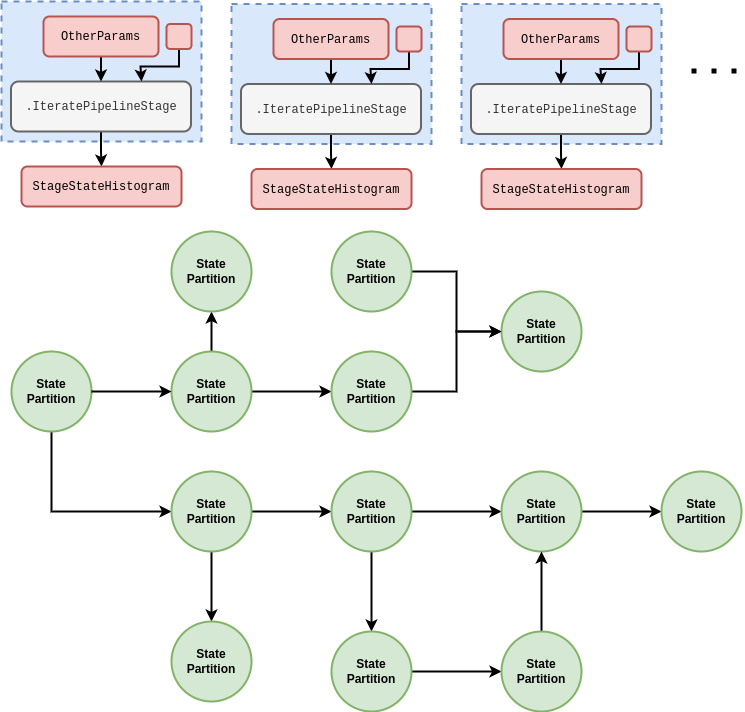
This is assets/dexetera/dexetera-pipeline-state-partition-graph.drawio.png from umbralcalc/umbralcalc.github.io, a draw.io export, as it was before one commit. Source tidied: cells renumbered, new cells last; positions are measured from the earlier drawing's top-left corner, leaving out a move shared by most shapes.
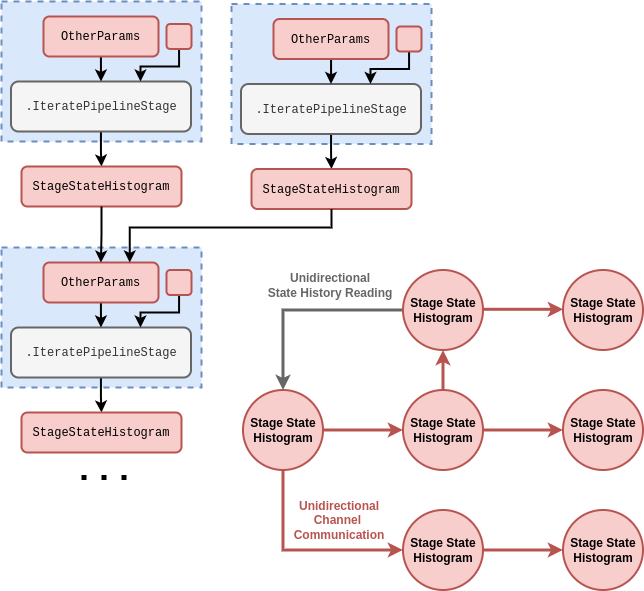
After the commit.

Commit message:
Updated the graph computations

What changed in the source:
```diff
@@ -2,88 +2,46 @@
   <root>
     <mxCell id="0" />
     <mxCell id="1" parent="0" />
-    <mxCell id="2" style="edgeStyle=orthogonalEdgeStyle;rounded=0;jettySize=auto;html=1;entryX=0;entryY=0.5;entryDx=0;entryDy=0;strokeWidth=2;" parent="1" edge="1" source="3" target="6">
+    <mxCell id="2" style="edgeStyle=orthogonalEdgeStyle;rounded=0;jettySize=auto;html=1;entryX=0;entryY=0.5;entryDx=0;entryDy=0;strokeWidth=3;fillColor=#f8cecc;strokeColor=#b85450;" parent="1" edge="1" source="3" target="6">
       <mxGeometry relative="1" as="geometry">
         <Array as="points">
-          <mxPoint x="50" y="510" />
+          <mxPoint x="281.5" y="548.5" />
         </Array>
       </mxGeometry>
     </mxCell>
-    <mxCell id="3" value="&lt;b style=&quot;&quot;&gt;&lt;font face=&quot;Helvetica&quot;&gt;State&lt;br&gt;Partition&lt;/font&gt;&lt;/b&gt;" style="ellipse;whiteSpace=wrap;html=1;fillColor=#d5e8d4;strokeColor=#82b366;strokeWidth=2;" parent="1" vertex="1">
-      <mxGeometry x="10" y="350" width="80" height="80" as="geometry" />
+    <mxCell id="3" value="&lt;b&gt;Stage State Histogram&lt;/b&gt;" style="ellipse;whiteSpace=wrap;html=1;fillColor=#f8cecc;strokeColor=#b85450;strokeWidth=2;" parent="1" vertex="1">
+      <mxGeometry x="241.5" y="388.5" width="80" height="80" as="geometry" />
     </mxCell>
-    <mxCell id="4" style="edgeStyle=orthogonalEdgeStyle;rounded=0;jettySize=auto;html=1;strokeWidth=2;" parent="1" edge="1" source="6" target="9">
+    <mxCell id="4" style="edgeStyle=orthogonalEdgeStyle;rounded=0;jettySize=auto;html=1;strokeWidth=3;fillColor=#f8cecc;strokeColor=#b85450;" parent="1" edge="1" source="6" target="9">
       <mxGeometry relative="1" as="geometry" />
     </mxCell>
-    <mxCell id="5" style="edgeStyle=orthogonalEdgeStyle;rounded=0;jettySize=auto;html=1;entryX=0.5;entryY=0;entryDx=0;entryDy=0;strokeWidth=2;" parent="1" edge="1" source="6" target="22">
-      <mxGeometry relative="1" as="geometry" />
-    </mxCell>
-    <mxCell id="6" value="&lt;b style=&quot;&quot;&gt;&lt;font face=&quot;Helvetica&quot;&gt;State&lt;br&gt;Partition&lt;/font&gt;&lt;/b&gt;" style="ellipse;whiteSpace=wrap;html=1;fillColor=#d5e8d4;strokeColor=#82b366;strokeWidth=2;" parent="1" vertex="1">
-      <mxGeometry x="170" y="470" width="80" height="80" as="geometry" />
+    <mxCell id="6" value="&lt;b&gt;Stage State Histogram&lt;/b&gt;" style="ellipse;whiteSpace=wrap;html=1;fillColor=#f8cecc;strokeColor=#b85450;strokeWidth=2;" parent="1" vertex="1">
+      <mxGeometry x="401.5" y="508.5" width="80" height="80" as="geometry" />
     </mxCell>
-    <mxCell id="7" style="edgeStyle=orthogonalEdgeStyle;rounded=0;jettySize=auto;html=1;entryX=0;entryY=0.5;entryDx=0;entryDy=0;strokeWidth=2;" parent="1" edge="1" source="9" target="15">
-      <mxGeometry relative="1" as="geometry" />
-    </mxCell>
-    <mxCell id="8" style="edgeStyle=orthogonalEdgeStyle;rounded=0;jettySize=auto;html=1;entryX=0.5;entryY=0;entryDx=0;entryDy=0;strokeWidth=2;" parent="1" edge="1" source="9" target="24">
-      <mxGeometry relative="1" as="geometry" />
-    </mxCell>
-    <mxCell id="9" value="&lt;b style=&quot;&quot;&gt;&lt;font face=&quot;Helvetica&quot;&gt;State&lt;br&gt;Partition&lt;/font&gt;&lt;/b&gt;" style="ellipse;whiteSpace=wrap;html=1;fillColor=#d5e8d4;strokeColor=#82b366;strokeWidth=2;" parent="1" vertex="1">
-      <mxGeometry x="330" y="470" width="80" height="80" as="geometry" />
+    <mxCell id="9" value="&lt;b&gt;Stage State Histogram&lt;/b&gt;" style="ellipse;whiteSpace=wrap;html=1;fillColor=#f8cecc;strokeColor=#b85450;strokeWidth=2;" parent="1" vertex="1">
+      <mxGeometry x="561.5" y="508.5" width="80" height="80" as="geometry" />
     </mxCell>
-    <mxCell id="10" style="edgeStyle=orthogonalEdgeStyle;rounded=0;jettySize=auto;html=1;entryX=0;entryY=0.5;entryDx=0;entryDy=0;strokeWidth=2;" parent="1" edge="1" source="12" target="18">
+    <mxCell id="10" style="edgeStyle=orthogonalEdgeStyle;rounded=0;jettySize=auto;html=1;entryX=0;entryY=0.5;entryDx=0;entryDy=0;strokeWidth=3;fillColor=#f8cecc;strokeColor=#b85450;" parent="1" edge="1" source="12" target="18">
       <mxGeometry relative="1" as="geometry" />
     </mxCell>
-    <mxCell id="11" style="edgeStyle=orthogonalEdgeStyle;rounded=0;jettySize=auto;html=1;strokeWidth=2;" parent="1" edge="1" source="12" target="21">
+    <mxCell id="11" style="edgeStyle=orthogonalEdgeStyle;rounded=0;jettySize=auto;html=1;strokeWidth=3;fillColor=#f8cecc;strokeColor=#b85450;" parent="1" edge="1" source="12" target="21">
       <mxGeometry relative="1" as="geometry" />
     </mxCell>
-    <mxCell id="12" value="&lt;b style=&quot;&quot;&gt;&lt;font face=&quot;Helvetica&quot;&gt;State&lt;br&gt;Partition&lt;/font&gt;&lt;/b&gt;" style="ellipse;whiteSpace=wrap;html=1;fillColor=#d5e8d4;strokeColor=#82b366;strokeWidth=2;" parent="1" vertex="1">
-      <mxGeometry x="170" y="350" width="80" height="80" as="geometry" />
+    <mxCell id="12" value="&lt;b&gt;Stage State Histogram&lt;/b&gt;" style="ellipse;whiteSpace=wrap;html=1;fillColor=#f8cecc;strokeColor=#b85450;strokeWidth=2;" parent="1" vertex="1">
+      <mxGeometry x="401.5" y="388.5" width="80" height="80" as="geometry" />
     </mxCell>
-    <mxCell id="13" value="&lt;b style=&quot;&quot;&gt;&lt;font face=&quot;Helvetica&quot;&gt;State&lt;br&gt;Partition&lt;/font&gt;&lt;/b&gt;" style="ellipse;whiteSpace=wrap;html=1;fillColor=#d5e8d4;strokeColor=#82b366;strokeWidth=2;" parent="1" vertex="1">
-      <mxGeometry x="500" y="290" width="80" height="80" as="geometry" />
-    </mxCell>
-    <mxCell id="14" style="edgeStyle=orthogonalEdgeStyle;rounded=0;jettySize=auto;html=1;entryX=0;entryY=0.5;entryDx=0;entryDy=0;strokeWidth=2;" parent="1" edge="1" source="15" target="27">
-      <mxGeometry relative="1" as="geometry" />
-    </mxCell>
-    <mxCell id="15" value="&lt;b style=&quot;&quot;&gt;&lt;font face=&quot;Helvetica&quot;&gt;State&lt;br&gt;Partition&lt;/font&gt;&lt;/b&gt;" style="ellipse;whiteSpace=wrap;html=1;fillColor=#d5e8d4;strokeColor=#82b366;strokeWidth=2;" parent="1" vertex="1">
-      <mxGeometry x="500" y="470" width="80" height="80" as="geometry" />
-    </mxCell>
-    <mxCell id="16" style="endArrow=classic;startArrow=none;html=1;rounded=0;entryX=0;entryY=0.5;entryDx=0;entryDy=0;strokeWidth=2;exitX=1;exitY=0.5;exitDx=0;exitDy=0;startFill=0;" parent="1" edge="1" source="3" target="12">
+    <mxCell id="16" style="endArrow=classic;startArrow=none;html=1;rounded=0;entryX=0;entryY=0.5;entryDx=0;entryDy=0;strokeWidth=3;exitX=1;exitY=0.5;exitDx=0;exitDy=0;startFill=0;fillColor=#f8cecc;strokeColor=#b85450;" parent="1" edge="1" source="3" target="12">
       <mxGeometry relative="1" as="geometry" />
     </mxCell>
-    <mxCell id="17" style="edgeStyle=orthogonalEdgeStyle;rounded=0;jettySize=auto;html=1;entryX=0;entryY=0.5;entryDx=0;entryDy=0;strokeWidth=2;" parent="1" edge="1" source="18" target="13">
-      <mxGeometry relative="1" as="geometry" />
-    </mxCell>
-    <mxCell id="18" value="&lt;b style=&quot;&quot;&gt;&lt;font face=&quot;Helvetica&quot;&gt;State&lt;br&gt;Partition&lt;/font&gt;&lt;/b&gt;" style="ellipse;whiteSpace=wrap;html=1;fillColor=#d5e8d4;strokeColor=#82b366;strokeWidth=2;" parent="1" vertex="1">
-      <mxGeometry x="330" y="350" width="80" height="80" as="geometry" />
+    <mxCell id="18" value="&lt;b&gt;Stage State Histogram&lt;/b&gt;" style="ellipse;whiteSpace=wrap;html=1;fillColor=#f8cecc;strokeColor=#b85450;strokeWidth=2;" parent="1" vertex="1">
+      <mxGeometry x="561.5" y="388.5" width="80" height="80" as="geometry" />
     </mxCell>
-    <mxCell id="19" style="edgeStyle=orthogonalEdgeStyle;rounded=0;jettySize=auto;html=1;entryX=0;entryY=0.5;entryDx=0;entryDy=0;strokeWidth=2;" parent="1" edge="1" source="20" target="13">
-      <mxGeometry relative="1" as="geometry" />
-    </mxCell>
-    <mxCell id="20" value="&lt;b style=&quot;&quot;&gt;&lt;font face=&quot;Helvetica&quot;&gt;State&lt;br&gt;Partition&lt;/font&gt;&lt;/b&gt;" style="ellipse;whiteSpace=wrap;html=1;fillColor=#d5e8d4;strokeColor=#82b366;strokeWidth=2;" parent="1" vertex="1">
-      <mxGeometry x="330" y="230" width="80" height="80" as="geometry" />
-    </mxCell>
+    <mxCell id="53" style="edgeStyle=orthogonalEdgeStyle;rounded=0;jettySize=auto;html=1;entryX=0.5;entryY=0;entryDx=0;entryDy=0;strokeWidth=3;fillColor=#f5f5f5;strokeColor=#666666;" parent="1" edge="1" source="21" target="3">
+      <mxGeometry relative="1" as="geometry" />
+    </mxCell>
-    <mxCell id="21" value="&lt;b style=&quot;&quot;&gt;&lt;font face=&quot;Helvetica&quot;&gt;State&lt;br&gt;Partition&lt;/font&gt;&lt;/b&gt;" style="ellipse;whiteSpace=wrap;html=1;fillColor=#d5e8d4;strokeColor=#82b366;strokeWidth=2;" parent="1" vertex="1">
-      <mxGeometry x="170" y="230" width="80" height="80" as="geometry" />
+    <mxCell id="21" value="&lt;b&gt;Stage State Histogram&lt;/b&gt;" style="ellipse;whiteSpace=wrap;html=1;fillColor=#f8cecc;strokeColor=#b85450;strokeWidth=2;" parent="1" vertex="1">
+      <mxGeometry x="401.5" y="268.5" width="80" height="80" as="geometry" />
     </mxCell>
-    <mxCell id="22" value="&lt;b style=&quot;&quot;&gt;&lt;font face=&quot;Helvetica&quot;&gt;State&lt;br&gt;Partition&lt;/font&gt;&lt;/b&gt;" style="ellipse;whiteSpace=wrap;html=1;fillColor=#d5e8d4;strokeColor=#82b366;strokeWidth=2;" parent="1" vertex="1">
-      <mxGeometry x="170" y="620" width="80" height="80" as="geometry" />
-    </mxCell>
-    <mxCell id="23" style="edgeStyle=orthogonalEdgeStyle;rounded=0;jettySize=auto;html=1;entryX=0;entryY=0.5;entryDx=0;entryDy=0;strokeWidth=2;" parent="1" edge="1" source="24" target="26">
-      <mxGeometry relative="1" as="geometry" />
-    </mxCell>
-    <mxCell id="24" value="&lt;b style=&quot;&quot;&gt;&lt;font face=&quot;Helvetica&quot;&gt;State&lt;br&gt;Partition&lt;/font&gt;&lt;/b&gt;" style="ellipse;whiteSpace=wrap;html=1;fillColor=#d5e8d4;strokeColor=#82b366;strokeWidth=2;" parent="1" vertex="1">
-      <mxGeometry x="330" y="630" width="80" height="80" as="geometry" />
-    </mxCell>
-    <mxCell id="25" style="edgeStyle=orthogonalEdgeStyle;rounded=0;jettySize=auto;html=1;entryX=0.5;entryY=1;entryDx=0;entryDy=0;strokeWidth=2;" parent="1" edge="1" source="26" target="15">
-      <mxGeometry relative="1" as="geometry" />
-    </mxCell>
-    <mxCell id="26" value="&lt;b style=&quot;&quot;&gt;&lt;font face=&quot;Helvetica&quot;&gt;State&lt;br&gt;Partition&lt;/font&gt;&lt;/b&gt;" style="ellipse;whiteSpace=wrap;html=1;fillColor=#d5e8d4;strokeColor=#82b366;strokeWidth=2;" parent="1" vertex="1">
-      <mxGeometry x="500" y="630" width="80" height="80" as="geometry" />
-    </mxCell>
-    <mxCell id="27" value="&lt;b style=&quot;&quot;&gt;&lt;font face=&quot;Helvetica&quot;&gt;State&lt;br&gt;Partition&lt;/font&gt;&lt;/b&gt;" style="ellipse;whiteSpace=wrap;html=1;fillColor=#d5e8d4;strokeColor=#82b366;strokeWidth=2;" parent="1" vertex="1">
-      <mxGeometry x="660" y="470" width="80" height="80" as="geometry" />
-    </mxCell>
     <mxCell id="28" style="rounded=0;whiteSpace=wrap;html=1;dashed=1;strokeWidth=2;fillColor=#dae8fc;strokeColor=#6c8ebf;" parent="1" vertex="1">
       <mxGeometry width="200" height="140" as="geometry" />
     </mxCell>
@@ -146,42 +104,68 @@
     <mxCell id="43" style="rounded=1;whiteSpace=wrap;html=1;strokeWidth=2;fillColor=#f8cecc;strokeColor=#b85450;" parent="1" vertex="1">
       <mxGeometry x="395" y="25" width="25" height="25" as="geometry" />
     </mxCell>
-    <mxCell id="44" style="rounded=0;whiteSpace=wrap;html=1;dashed=1;strokeWidth=2;fillColor=#dae8fc;strokeColor=#6c8ebf;" parent="1" vertex="1">
-      <mxGeometry x="460" y="2.5" width="200" height="140" as="geometry" />
-    </mxCell>
+    <mxCell id="54" value="&lt;div&gt;&lt;b style=&quot;background-color: initial;&quot;&gt;&lt;font color=&quot;#666666&quot;&gt;Unidirectional&lt;/font&gt;&lt;/b&gt;&lt;br&gt;&lt;/div&gt;&lt;div&gt;&lt;b&gt;&lt;font color=&quot;#666666&quot;&gt;State History&amp;nbsp;&lt;/font&gt;&lt;/b&gt;&lt;b style=&quot;background-color: initial;&quot;&gt;&lt;font color=&quot;#666666&quot;&gt;Reading&lt;/font&gt;&lt;/b&gt;&lt;/div&gt;" style="text;html=1;align=center;verticalAlign=middle;whiteSpace=wrap;rounded=0;" parent="1" vertex="1">
+      <mxGeometry x="244" y="268.5" width="169.5" height="30" as="geometry" />
+    </mxCell>
+    <mxCell id="55" value="&lt;div&gt;&lt;font color=&quot;#b85450&quot;&gt;&lt;b&gt;Unidirectional&lt;br&gt;&lt;/b&gt;&lt;/font&gt;&lt;div&gt;&lt;b&gt;&lt;font color=&quot;#b85450&quot;&gt;Channel&amp;nbsp;&lt;/font&gt;&lt;/b&gt;&lt;/div&gt;&lt;div&gt;&lt;b&gt;&lt;font color=&quot;#b85450&quot;&gt;Communication&lt;/font&gt;&lt;/b&gt;&lt;/div&gt;&lt;/div&gt;" style="text;html=1;align=center;verticalAlign=middle;whiteSpace=wrap;rounded=0;" parent="1" vertex="1">
+      <mxGeometry x="264" y="503.5" width="148" height="30" as="geometry" />
+    </mxCell>
+    <mxCell id="56" style="rounded=0;whiteSpace=wrap;html=1;dashed=1;strokeWidth=2;fillColor=#dae8fc;strokeColor=#6c8ebf;" parent="1" vertex="1">
+      <mxGeometry y="246" width="200" height="140" as="geometry" />
+    </mxCell>
     <mxCell id="45" style="edgeStyle=orthogonalEdgeStyle;rounded=0;jettySize=auto;html=1;strokeWidth=2;" parent="1" edge="1" source="46" target="47">
       <mxGeometry relative="1" as="geometry" />
     </mxCell>
     <mxCell id="46" value="&lt;span style=&quot;font-family: &amp;quot;Courier New&amp;quot;;&quot;&gt;.IteratePipelineStage&lt;/span&gt;" style="rounded=1;whiteSpace=wrap;html=1;strokeWidth=2;fillColor=#f5f5f5;fontColor=#333333;strokeColor=#666666;" parent="1" vertex="1">
-      <mxGeometry x="469.5" y="82.5" width="180" height="50" as="geometry" />
+      <mxGeometry x="9.5" y="326" width="180" height="50" as="geometry" />
     </mxCell>
     <mxCell id="47" value="&lt;span style=&quot;font-family: &amp;quot;Courier New&amp;quot;;&quot;&gt;StageStateHistogram&lt;/span&gt;" style="rounded=1;whiteSpace=wrap;html=1;strokeWidth=2;fillColor=#f8cecc;strokeColor=#b85450;" parent="1" vertex="1">
-      <mxGeometry x="480" y="167.5" width="160" height="40" as="geometry" />
+      <mxGeometry x="20" y="411" width="160" height="40" as="geometry" />
     </mxCell>
     <mxCell id="48" style="edgeStyle=orthogonalEdgeStyle;rounded=0;jettySize=auto;html=1;entryX=0.5;entryY=0;entryDx=0;entryDy=0;strokeWidth=2;" parent="1" edge="1" source="49" target="46">
       <mxGeometry relative="1" as="geometry" />
     </mxCell>
     <mxCell id="49" value="&lt;font face=&quot;Courier New&quot;&gt;OtherParams&lt;/font&gt;" style="rounded=1;whiteSpace=wrap;html=1;strokeWidth=2;fillColor=#f8cecc;strokeColor=#b85450;" parent="1" vertex="1">
-      <mxGeometry x="502" y="17.5" width="115" height="40" as="geometry" />
+      <mxGeometry x="42" y="261" width="115" height="40" as="geometry" />
     </mxCell>
-    <mxCell id="50" style="edgeStyle=orthogonalEdgeStyle;rounded=0;jettySize=auto;html=1;entryX=0.75;entryY=0;entryDx=0;entryDy=0;strokeWidth=2;" parent="1" edge="1" source="51">
-      <mxGeometry relative="1" as="geometry">
-        <mxPoint x="600" y="82.5" as="targetPoint" />
-        <Array as="points">
-          <mxPoint x="637" y="67.5" />
-          <mxPoint x="599" y="67.5" />
-          <mxPoint x="599" y="82.5" />
-        </Array>
-      </mxGeometry>
-    </mxCell>
-    <mxCell id="51" style="rounded=1;whiteSpace=wrap;html=1;strokeWidth=2;fillColor=#f8cecc;strokeColor=#b85450;" parent="1" vertex="1">
-      <mxGeometry x="625" y="25" width="25" height="25" as="geometry" />
-    </mxCell>
-    <mxCell id="52" style="endArrow=none;dashed=1;html=1;dashPattern=1 3;strokeWidth=5;rounded=0;" parent="1" edge="1">
-      <mxGeometry relative="1" as="geometry">
-        <mxPoint x="690" y="69.5" as="sourcePoint" />
-        <mxPoint x="740" y="69.5" as="targetPoint" />
-      </mxGeometry>
-    </mxCell>
+    <mxCell id="57" style="edgeStyle=orthogonalEdgeStyle;rounded=0;jettySize=auto;html=1;entryX=0.75;entryY=0;entryDx=0;entryDy=0;strokeWidth=2;" parent="1" edge="1" source="58">
+      <mxGeometry relative="1" as="geometry">
+        <mxPoint x="140" y="326" as="targetPoint" />
+        <Array as="points">
+          <mxPoint x="177" y="311" />
+          <mxPoint x="139" y="311" />
+          <mxPoint x="139" y="326" />
+        </Array>
+      </mxGeometry>
+    </mxCell>
+    <mxCell id="58" style="rounded=1;whiteSpace=wrap;html=1;strokeWidth=2;fillColor=#f8cecc;strokeColor=#b85450;" parent="1" vertex="1">
+      <mxGeometry x="165" y="268.5" width="25" height="25" as="geometry" />
+    </mxCell>
+    <mxCell id="59" style="edgeStyle=orthogonalEdgeStyle;rounded=0;jettySize=auto;html=1;strokeWidth=2;" parent="1" edge="1" source="31" target="49">
+      <mxGeometry relative="1" as="geometry" />
+    </mxCell>
+    <mxCell id="60" style="edgeStyle=orthogonalEdgeStyle;rounded=0;jettySize=auto;html=1;entryX=0.75;entryY=0;entryDx=0;entryDy=0;strokeWidth=2;" parent="1" edge="1" source="39" target="49">
+      <mxGeometry relative="1" as="geometry">
+        <Array as="points">
+          <mxPoint x="330" y="226" />
+          <mxPoint x="128" y="226" />
+        </Array>
+      </mxGeometry>
+    </mxCell>
+    <mxCell id="61" style="endArrow=none;dashed=1;html=1;dashPattern=1 3;strokeWidth=5;rounded=0;" parent="1" edge="1">
+      <mxGeometry relative="1" as="geometry">
+        <mxPoint x="80" y="476" as="sourcePoint" />
+        <mxPoint x="130" y="476" as="targetPoint" />
+      </mxGeometry>
+    </mxCell>
+    <mxCell id="62" style="edgeStyle=orthogonalEdgeStyle;rounded=0;orthogonalLoop=1;jettySize=auto;html=1;entryX=0;entryY=0.5;entryDx=0;entryDy=0;strokeWidth=3;fillColor=#f8cecc;strokeColor=#b85450;" parent="1" edge="1">
+      <mxGeometry relative="1" as="geometry">
+        <mxPoint x="481.5" y="307.8" as="sourcePoint" />
+        <mxPoint x="561.5" y="307.8" as="targetPoint" />
+      </mxGeometry>
+    </mxCell>
+    <mxCell id="63" value="&lt;b&gt;Stage State Histogram&lt;/b&gt;" style="ellipse;whiteSpace=wrap;html=1;fillColor=#f8cecc;strokeColor=#b85450;strokeWidth=2;" parent="1" vertex="1">
+      <mxGeometry x="561.5" y="268.5" width="80" height="80" as="geometry" />
+    </mxCell>
   </root>
 </mxGraphModel>
```
